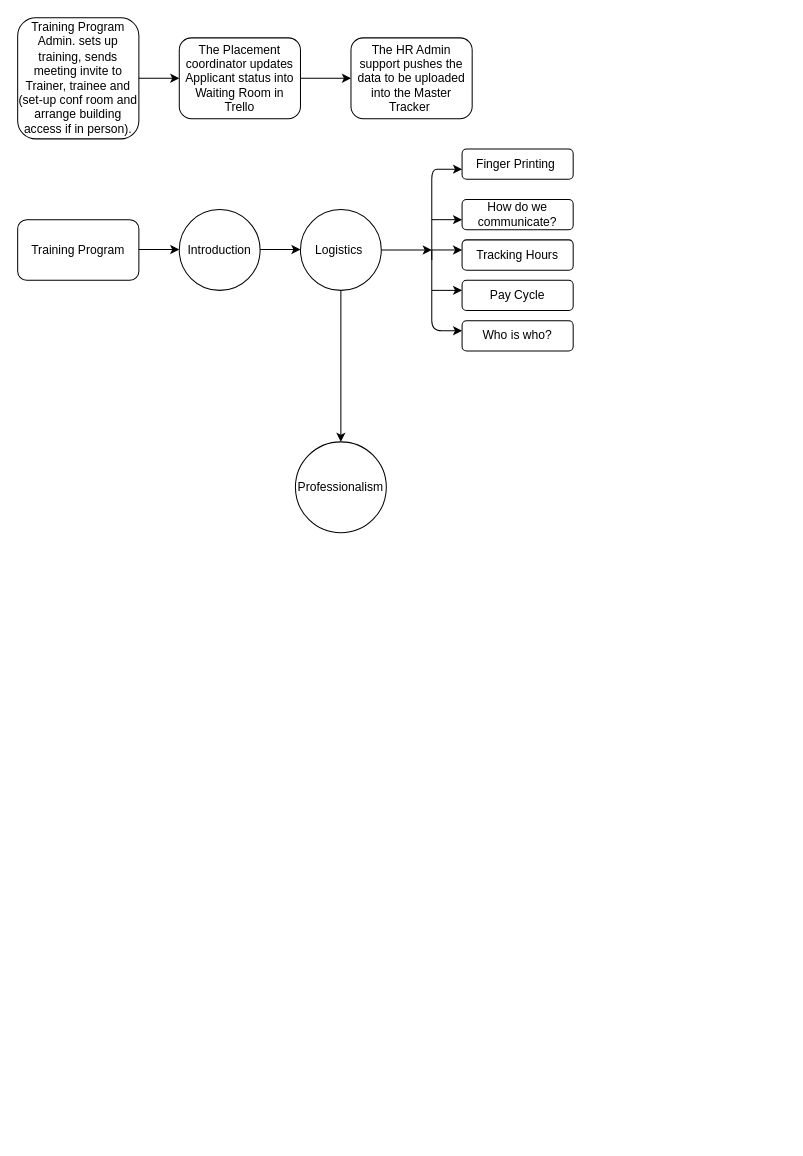
Before: Training Diagram.drawio in MatzKing/share-course, a draw.io diagram. Source tidied: cells renumbered, new cells numbered last; positions are measured from the earlier drawing's top-left corner, leaving out a move shared by most shapes. Both pictures are drawn from the tidied source at 101%, with x=0, y=0 at pixel (17, 17).
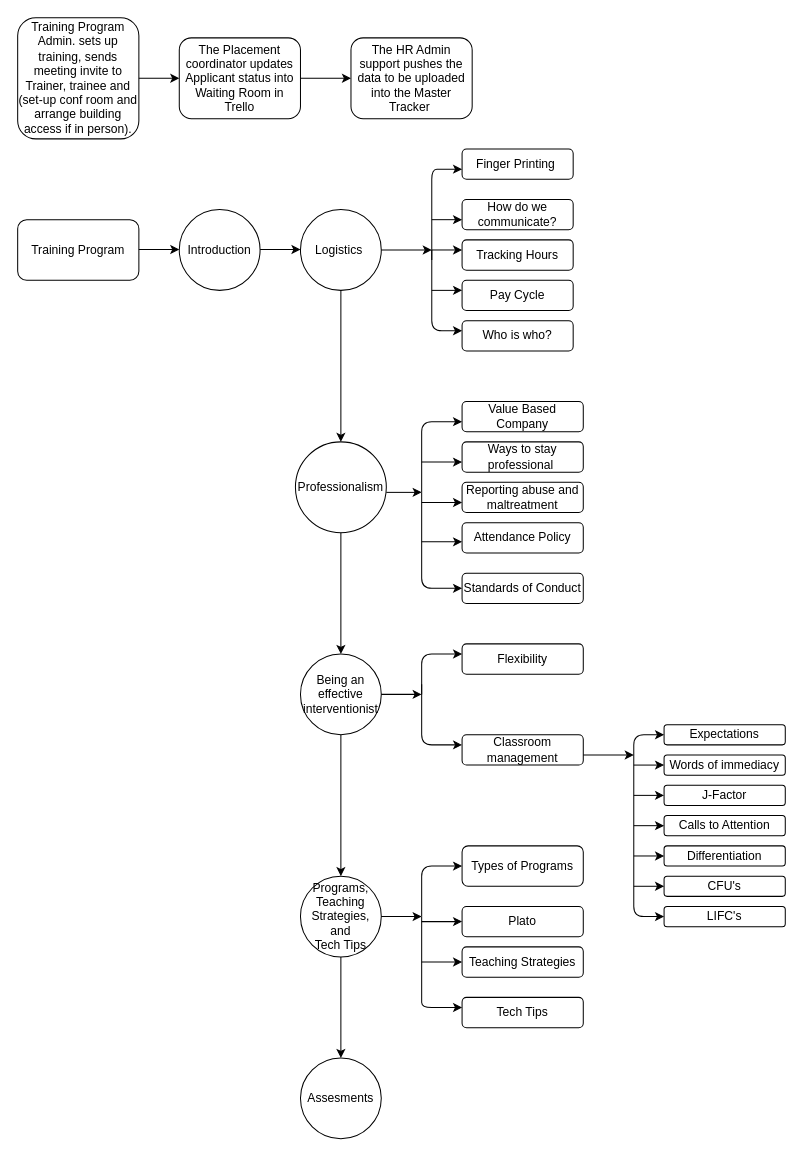
The same diagram, later.

Unchanged cells that the change refers to:
```xml
<mxCell id="23" value="Professionalism" style="ellipse;whiteSpace=wrap;html=1;" parent="1" vertex="1">
  <mxGeometry x="275" y="420" width="90" height="90" as="geometry" />
</mxCell>
```

What changed in the source:
```diff
@@
+    <mxCell id="25" style="endArrow=classic;html=1;" parent="1" edge="1">
+      <mxGeometry relative="1" as="geometry">
+        <mxPoint x="400" y="470" as="sourcePoint" />
+        <mxPoint x="440" y="400" as="targetPoint" />
+        <Array as="points">
+          <mxPoint x="400" y="400" />
+        </Array>
+      </mxGeometry>
+    </mxCell>
+    <mxCell id="26" style="endArrow=classic;html=1;" parent="1" edge="1">
+      <mxGeometry relative="1" as="geometry">
+        <mxPoint x="365" y="470" as="sourcePoint" />
+        <mxPoint x="400" y="470" as="targetPoint" />
+      </mxGeometry>
+    </mxCell>
+    <mxCell id="27" style="endArrow=classic;html=1;entryX=0;entryY=0.5;entryDx=0;entryDy=0;" parent="1" edge="1" target="33">
+      <mxGeometry relative="1" as="geometry">
+        <mxPoint x="400" y="470" as="sourcePoint" />
+        <Array as="points">
+          <mxPoint x="400" y="565" />
+        </Array>
+      </mxGeometry>
+    </mxCell>
+    <mxCell id="28" style="endArrow=classic;html=1;" parent="1" edge="1">
+      <mxGeometry relative="1" as="geometry">
+        <mxPoint x="400" y="519" as="sourcePoint" />
+        <mxPoint x="440" y="519" as="targetPoint" />
+      </mxGeometry>
+    </mxCell>
+    <mxCell id="29" style="endArrow=classic;html=1;" parent="1" edge="1">
+      <mxGeometry relative="1" as="geometry">
+        <mxPoint x="400" y="440" as="sourcePoint" />
+        <mxPoint x="440" y="440" as="targetPoint" />
+      </mxGeometry>
+    </mxCell>
+    <mxCell id="30" value="Value Based Company" style="rounded=1;whiteSpace=wrap;html=1;" parent="1" vertex="1">
+      <mxGeometry x="440" y="380" width="120" height="30" as="geometry" />
+    </mxCell>
+    <mxCell id="31" value="Ways to stay professional&amp;nbsp;" style="rounded=1;whiteSpace=wrap;html=1;" parent="1" vertex="1">
+      <mxGeometry x="440" y="420" width="120" height="30" as="geometry" />
+    </mxCell>
+    <mxCell id="32" value="Attendance Policy" style="rounded=1;whiteSpace=wrap;html=1;" parent="1" vertex="1">
+      <mxGeometry x="440" y="500" width="120" height="30" as="geometry" />
+    </mxCell>
+    <mxCell id="33" value="Standards of Conduct" style="rounded=1;whiteSpace=wrap;html=1;" parent="1" vertex="1">
+      <mxGeometry x="440" y="550" width="120" height="30" as="geometry" />
+    </mxCell>
+    <mxCell id="34" style="endArrow=classic;html=1;" parent="1" edge="1">
+      <mxGeometry relative="1" as="geometry">
+        <mxPoint x="400" y="480" as="sourcePoint" />
+        <mxPoint x="440" y="480" as="targetPoint" />
+      </mxGeometry>
+    </mxCell>
+    <mxCell id="35" value="Reporting abuse and maltreatment" style="rounded=1;whiteSpace=wrap;html=1;" parent="1" vertex="1">
+      <mxGeometry x="440" y="460" width="120" height="30" as="geometry" />
+    </mxCell>
+    <mxCell id="36" style="endArrow=classic;html=1;exitX=0.5;exitY=1;exitDx=0;exitDy=0;" parent="1" edge="1" source="23" target="37">
+      <mxGeometry relative="1" as="geometry" />
+    </mxCell>
+    <mxCell id="37" value="Being an effective interventionist" style="ellipse;whiteSpace=wrap;html=1;" parent="1" vertex="1">
+      <mxGeometry x="280" y="630" width="80" height="80" as="geometry" />
+    </mxCell>
+    <mxCell id="38" style="endArrow=classic;html=1;exitX=1;exitY=0.5;exitDx=0;exitDy=0;" parent="1" edge="1" source="37">
+      <mxGeometry relative="1" as="geometry">
+        <mxPoint x="400" y="670" as="targetPoint" />
+      </mxGeometry>
+    </mxCell>
+    <mxCell id="39" style="endArrow=classic;html=1;" parent="1" edge="1">
+      <mxGeometry relative="1" as="geometry">
+        <mxPoint x="400" y="670" as="sourcePoint" />
+        <mxPoint x="440" y="630" as="targetPoint" />
+        <Array as="points">
+          <mxPoint x="400" y="630" />
+        </Array>
+      </mxGeometry>
+    </mxCell>
+    <mxCell id="40" style="endArrow=classic;html=1;" parent="1" edge="1">
+      <mxGeometry relative="1" as="geometry">
+        <mxPoint x="400" y="660" as="sourcePoint" />
+        <mxPoint x="440" y="720" as="targetPoint" />
+        <Array as="points">
+          <mxPoint x="400" y="720" />
+        </Array>
+      </mxGeometry>
+    </mxCell>
+    <mxCell id="41" value="Flexibility" style="rounded=1;whiteSpace=wrap;html=1;" parent="1" vertex="1">
+      <mxGeometry x="440" y="620" width="120" height="30" as="geometry" />
+    </mxCell>
+    <mxCell id="42" value="Classroom management" style="rounded=1;whiteSpace=wrap;html=1;" parent="1" vertex="1">
+      <mxGeometry x="440" y="710" width="120" height="30" as="geometry" />
+    </mxCell>
+    <mxCell id="43" style="endArrow=classic;html=1;" parent="1" edge="1">
+      <mxGeometry relative="1" as="geometry">
+        <mxPoint x="560" y="730" as="sourcePoint" />
+        <mxPoint x="610" y="730" as="targetPoint" />
+      </mxGeometry>
+    </mxCell>
+    <mxCell id="44" value="Expectations" style="rounded=1;whiteSpace=wrap;html=1;" parent="1" vertex="1">
+      <mxGeometry x="640" y="700" width="120" height="20" as="geometry" />
+    </mxCell>
+    <mxCell id="45" value="Words of immediacy" style="rounded=1;whiteSpace=wrap;html=1;" parent="1" vertex="1">
+      <mxGeometry x="640" y="730" width="120" height="20" as="geometry" />
+    </mxCell>
+    <mxCell id="46" value="LIFC's" style="rounded=1;whiteSpace=wrap;html=1;" parent="1" vertex="1">
+      <mxGeometry x="640" y="880" width="120" height="20" as="geometry" />
+    </mxCell>
+    <mxCell id="47" value="J-Factor" style="rounded=1;whiteSpace=wrap;html=1;" parent="1" vertex="1">
+      <mxGeometry x="640" y="760" width="120" height="20" as="geometry" />
+    </mxCell>
+    <mxCell id="48" value="CFU's" style="rounded=1;whiteSpace=wrap;html=1;" parent="1" vertex="1">
+      <mxGeometry x="640" y="850" width="120" height="20" as="geometry" />
+    </mxCell>
+    <mxCell id="49" value="Calls to Attention" style="rounded=1;whiteSpace=wrap;html=1;" parent="1" vertex="1">
+      <mxGeometry x="640" y="790" width="120" height="20" as="geometry" />
+    </mxCell>
+    <mxCell id="50" value="Differentiation" style="rounded=1;whiteSpace=wrap;html=1;" parent="1" vertex="1">
+      <mxGeometry x="640" y="820" width="120" height="20" as="geometry" />
+    </mxCell>
+    <mxCell id="51" style="endArrow=classic;html=1;entryX=0;entryY=0.5;entryDx=0;entryDy=0;" parent="1" edge="1" target="44">
+      <mxGeometry relative="1" as="geometry">
+        <mxPoint x="610" y="730" as="sourcePoint" />
+        <Array as="points">
+          <mxPoint x="610" y="710" />
+        </Array>
+      </mxGeometry>
+    </mxCell>
+    <mxCell id="52" style="endArrow=classic;html=1;entryX=0;entryY=0.5;entryDx=0;entryDy=0;" parent="1" edge="1" target="46">
+      <mxGeometry relative="1" as="geometry">
+        <mxPoint x="610" y="730" as="sourcePoint" />
+        <Array as="points">
+          <mxPoint x="610" y="890" />
+        </Array>
+      </mxGeometry>
+    </mxCell>
+    <mxCell id="53" style="endArrow=classic;html=1;entryX=0;entryY=0.5;entryDx=0;entryDy=0;" parent="1" edge="1" target="45">
+      <mxGeometry relative="1" as="geometry">
+        <mxPoint x="610" y="740" as="sourcePoint" />
+      </mxGeometry>
+    </mxCell>
+    <mxCell id="54" style="endArrow=classic;html=1;entryX=0;entryY=0.5;entryDx=0;entryDy=0;" parent="1" edge="1" target="47">
+      <mxGeometry relative="1" as="geometry">
+        <mxPoint x="610" y="770" as="sourcePoint" />
+      </mxGeometry>
+    </mxCell>
+    <mxCell id="55" style="endArrow=classic;html=1;entryX=0;entryY=0.5;entryDx=0;entryDy=0;" parent="1" edge="1" target="49">
+      <mxGeometry relative="1" as="geometry">
+        <mxPoint x="610" y="800" as="sourcePoint" />
+      </mxGeometry>
+    </mxCell>
+    <mxCell id="56" style="endArrow=classic;html=1;entryX=0;entryY=0.5;entryDx=0;entryDy=0;" parent="1" edge="1" target="50">
+      <mxGeometry relative="1" as="geometry">
+        <mxPoint x="610" y="830" as="sourcePoint" />
+      </mxGeometry>
+    </mxCell>
+    <mxCell id="57" style="endArrow=classic;html=1;entryX=0;entryY=0.5;entryDx=0;entryDy=0;" parent="1" edge="1" target="48">
+      <mxGeometry relative="1" as="geometry">
+        <mxPoint x="610" y="860" as="sourcePoint" />
+      </mxGeometry>
+    </mxCell>
+    <mxCell id="58" value="Programs, Teaching Strategies, and &lt;br&gt;Tech Tips" style="ellipse;whiteSpace=wrap;html=1;" parent="1" vertex="1">
+      <mxGeometry x="280" y="850" width="80" height="80" as="geometry" />
+    </mxCell>
+    <mxCell id="59" style="endArrow=classic;html=1;exitX=0.5;exitY=1;exitDx=0;exitDy=0;entryX=0.5;entryY=0;entryDx=0;entryDy=0;" parent="1" edge="1" source="37" target="58">
+      <mxGeometry relative="1" as="geometry" />
+    </mxCell>
+    <mxCell id="60" style="endArrow=classic;html=1;exitX=1;exitY=0.5;exitDx=0;exitDy=0;" parent="1" edge="1" source="58">
+      <mxGeometry relative="1" as="geometry">
+        <mxPoint x="400" y="890" as="targetPoint" />
+      </mxGeometry>
+    </mxCell>
+    <mxCell id="61" style="endArrow=classic;html=1;" parent="1" edge="1">
+      <mxGeometry relative="1" as="geometry">
+        <mxPoint x="400" y="890" as="sourcePoint" />
+        <mxPoint x="440" y="840" as="targetPoint" />
+        <Array as="points">
+          <mxPoint x="400" y="840" />
+        </Array>
+      </mxGeometry>
+    </mxCell>
+    <mxCell id="62" style="endArrow=classic;html=1;" parent="1" edge="1">
+      <mxGeometry relative="1" as="geometry">
+        <mxPoint x="400" y="890" as="sourcePoint" />
+        <mxPoint x="440" y="980" as="targetPoint" />
+        <Array as="points">
+          <mxPoint x="400" y="960" />
+          <mxPoint x="400" y="980" />
+        </Array>
+      </mxGeometry>
+    </mxCell>
+    <mxCell id="63" value="Types of Programs" style="rounded=1;whiteSpace=wrap;html=1;" parent="1" vertex="1">
+      <mxGeometry x="440" y="820" width="120" height="40" as="geometry" />
+    </mxCell>
+    <mxCell id="64" value="Plato" style="rounded=1;whiteSpace=wrap;html=1;" parent="1" vertex="1">
+      <mxGeometry x="440" y="880" width="120" height="30" as="geometry" />
+    </mxCell>
+    <mxCell id="65" value="Tech Tips" style="rounded=1;whiteSpace=wrap;html=1;" parent="1" vertex="1">
+      <mxGeometry x="440" y="970" width="120" height="30" as="geometry" />
+    </mxCell>
+    <mxCell id="66" value="Teaching Strategies" style="rounded=1;whiteSpace=wrap;html=1;" parent="1" vertex="1">
+      <mxGeometry x="440" y="920" width="120" height="30" as="geometry" />
+    </mxCell>
+    <mxCell id="67" style="endArrow=classic;html=1;entryX=0;entryY=0.5;entryDx=0;entryDy=0;" parent="1" edge="1" target="64">
+      <mxGeometry relative="1" as="geometry">
+        <mxPoint x="400" y="895" as="sourcePoint" />
+      </mxGeometry>
+    </mxCell>
+    <mxCell id="68" style="endArrow=classic;html=1;entryX=0;entryY=0.5;entryDx=0;entryDy=0;" parent="1" edge="1" target="66">
+      <mxGeometry relative="1" as="geometry">
+        <mxPoint x="400" y="935" as="sourcePoint" />
+      </mxGeometry>
+    </mxCell>
+    <mxCell id="69" value="Assesments" style="ellipse;whiteSpace=wrap;html=1;" parent="1" vertex="1">
+      <mxGeometry x="280" y="1030" width="80" height="80" as="geometry" />
+    </mxCell>
+    <mxCell id="70" style="endArrow=classic;html=1;exitX=0.5;exitY=1;exitDx=0;exitDy=0;entryX=0.5;entryY=0;entryDx=0;entryDy=0;" parent="1" edge="1" source="58" target="69">
+      <mxGeometry relative="1" as="geometry" />
+    </mxCell>
```
